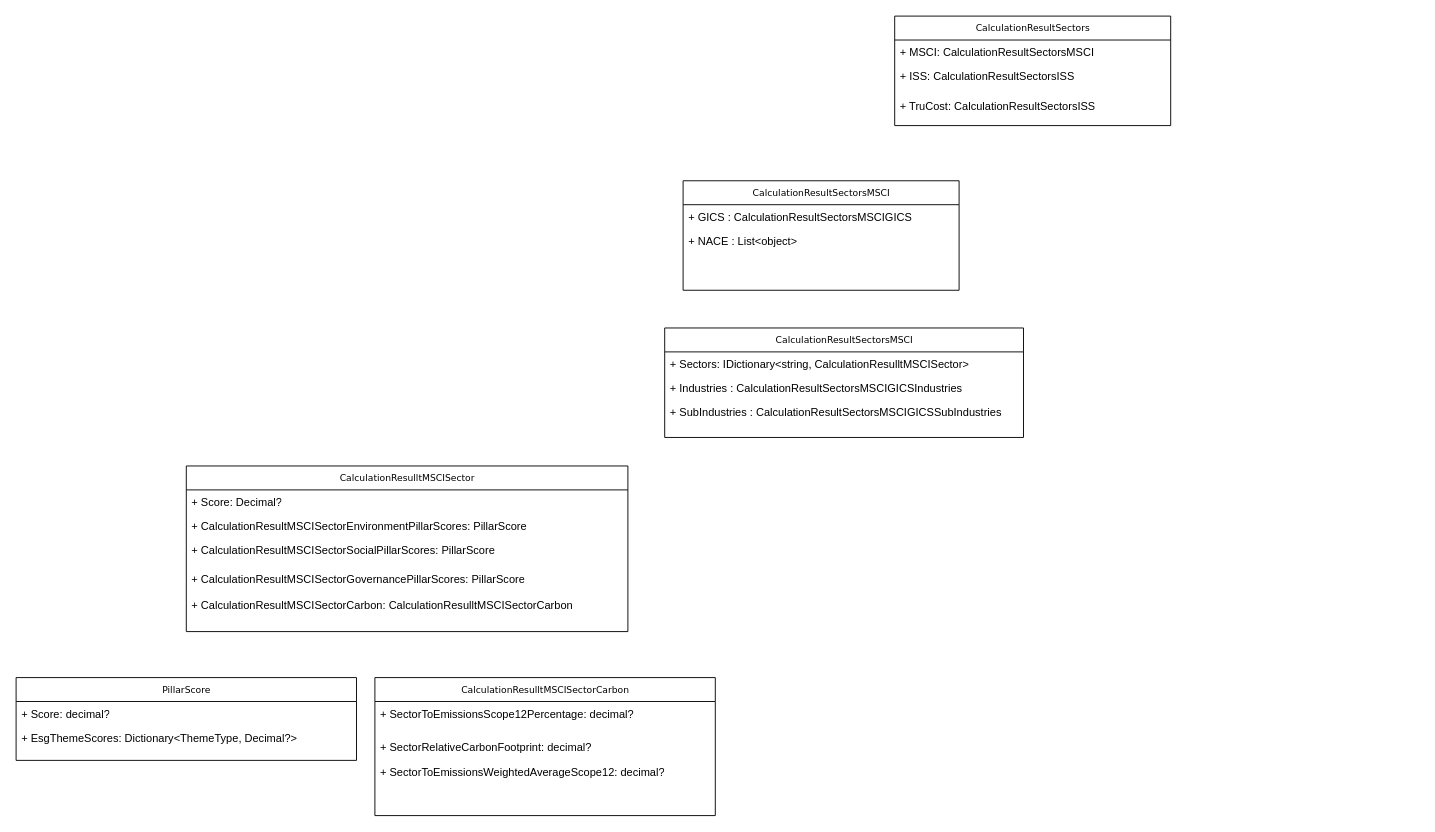
Above: page "CalculationResultSectors" (4 of 4) of Untitled Diagram.drawio in Ajijulhoque/PlusDocDesigns (draw.io), before the change. Source tidied: cells renumbered, new cells numbered last; positions are measured from the earlier drawing's top-left corner, leaving out a move shared by most shapes. Both pictures are drawn from the tidied source at 92%, with x=0, y=0 at pixel (16, 16).
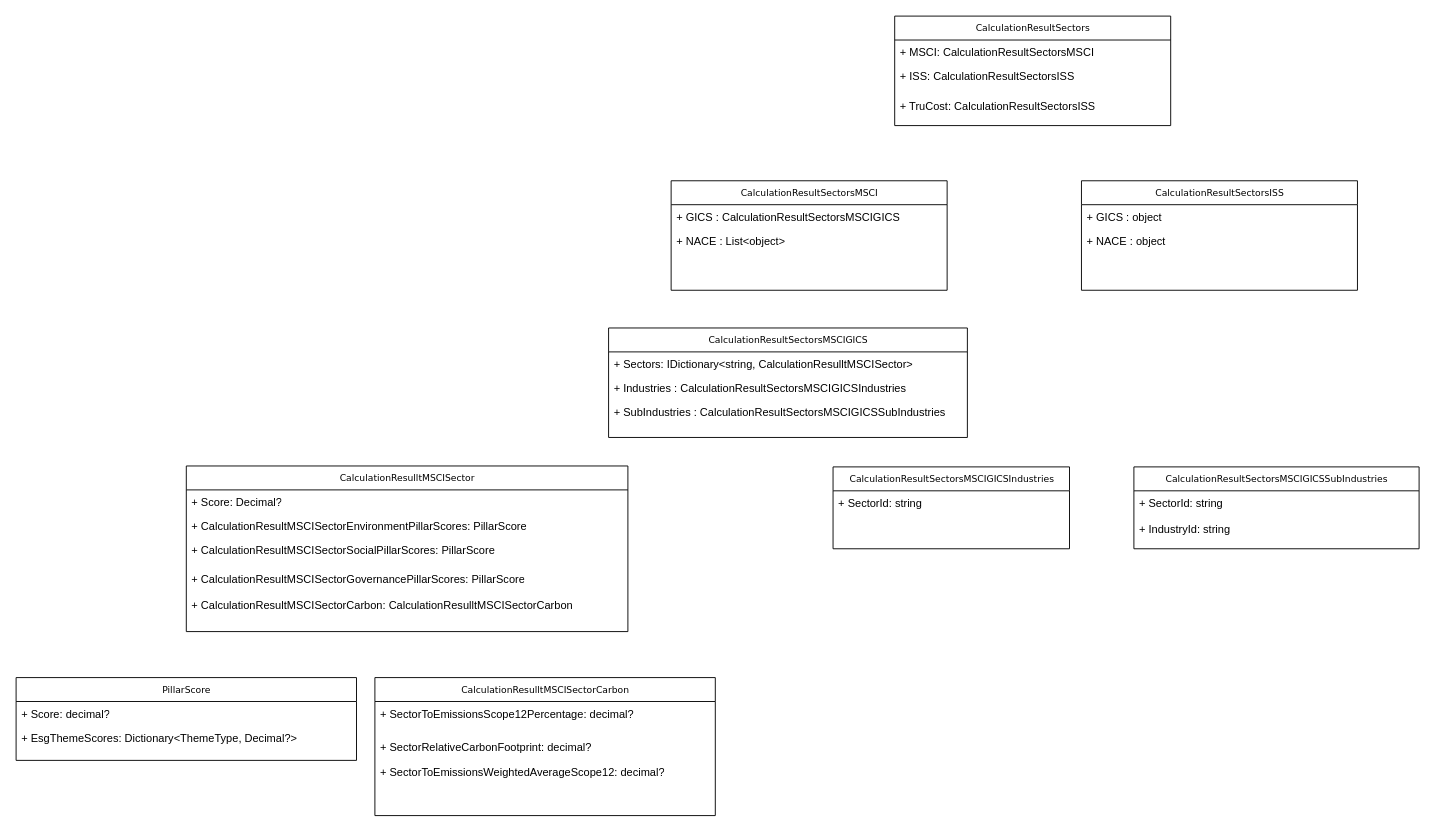
Above is the later version.

Diff of the diagram source:
```diff
@@
     <mxCell id="6" value="CalculationResultSectorsMSCI" style="swimlane;html=1;fontStyle=0;horizontal=1;startSize=26;fillColor=none;swimlaneFillColor=#ffffff;rounded=0;shadow=0;comic=0;labelBackgroundColor=none;strokeWidth=1;fontFamily=Verdana;fontSize=10;align=center;" parent="1" vertex="1">
-      <mxGeometry x="725" y="179" width="300" height="119" as="geometry" />
+      <mxGeometry x="712" y="179" width="300" height="119" as="geometry" />
     </mxCell>
@@
-    <mxCell id="9" value="CalculationResultSectorsMSCI" style="swimlane;html=1;fontStyle=0;horizontal=1;startSize=26;fillColor=none;swimlaneFillColor=#ffffff;rounded=0;shadow=0;comic=0;labelBackgroundColor=none;strokeWidth=1;fontFamily=Verdana;fontSize=10;align=center;" parent="1" vertex="1">
-      <mxGeometry x="705" y="339" width="390" height="119" as="geometry" />
+    <mxCell id="9" value="CalculationResultSectorsMSCIGICS" style="swimlane;html=1;fontStyle=0;horizontal=1;startSize=26;fillColor=none;swimlaneFillColor=#ffffff;rounded=0;shadow=0;comic=0;labelBackgroundColor=none;strokeWidth=1;fontFamily=Verdana;fontSize=10;align=center;" parent="1" vertex="1">
+      <mxGeometry x="644" y="339" width="390" height="119" as="geometry" />
     </mxCell>
@@
+    <mxCell id="26" value="CalculationResultSectorsMSCIGICSIndustries" style="swimlane;html=1;fontStyle=0;horizontal=1;startSize=26;fillColor=none;swimlaneFillColor=#ffffff;rounded=0;shadow=0;comic=0;labelBackgroundColor=none;strokeWidth=1;fontFamily=Verdana;fontSize=10;align=center;" parent="1" vertex="1">
+      <mxGeometry x="888" y="490" width="257" height="89" as="geometry" />
+    </mxCell>
+    <mxCell id="27" value="+ SectorId:&amp;nbsp;string" style="text;html=1;strokeColor=none;fillColor=none;align=left;verticalAlign=top;spacingLeft=4;spacingRight=4;whiteSpace=wrap;overflow=hidden;" parent="26" vertex="1">
+      <mxGeometry y="26" width="257" height="26" as="geometry" />
+    </mxCell>
+    <mxCell id="28" value="CalculationResultSectorsMSCIGICSSubIndustries" style="swimlane;html=1;fontStyle=0;horizontal=1;startSize=26;fillColor=none;swimlaneFillColor=#ffffff;rounded=0;shadow=0;comic=0;labelBackgroundColor=none;strokeWidth=1;fontFamily=Verdana;fontSize=10;align=center;" parent="1" vertex="1">
+      <mxGeometry x="1215" y="490" width="310" height="89" as="geometry" />
+    </mxCell>
+    <mxCell id="29" value="+ SectorId:&amp;nbsp;string" style="text;html=1;strokeColor=none;fillColor=none;align=left;verticalAlign=top;spacingLeft=4;spacingRight=4;whiteSpace=wrap;overflow=hidden;" parent="28" vertex="1">
+      <mxGeometry y="26" width="310" height="26" as="geometry" />
+    </mxCell>
+    <mxCell id="30" value="+ IndustryId:&amp;nbsp;string" style="text;html=1;strokeColor=none;fillColor=none;align=left;verticalAlign=top;spacingLeft=4;spacingRight=4;whiteSpace=wrap;overflow=hidden;" parent="1" vertex="1">
+      <mxGeometry x="1215" y="544" width="310" height="26" as="geometry" />
+    </mxCell>
+    <mxCell id="31" value="CalculationResultSectorsISS" style="swimlane;html=1;fontStyle=0;horizontal=1;startSize=26;fillColor=none;swimlaneFillColor=#ffffff;rounded=0;shadow=0;comic=0;labelBackgroundColor=none;strokeWidth=1;fontFamily=Verdana;fontSize=10;align=center;" parent="1" vertex="1">
+      <mxGeometry x="1158" y="179" width="300" height="119" as="geometry" />
+    </mxCell>
+    <mxCell id="32" value="+ GICS : object" style="text;html=1;strokeColor=none;fillColor=none;align=left;verticalAlign=top;spacingLeft=4;spacingRight=4;whiteSpace=wrap;overflow=hidden;" parent="31" vertex="1">
+      <mxGeometry y="26" width="300" height="26" as="geometry" />
+    </mxCell>
+    <mxCell id="33" value="+ NACE : object" style="text;html=1;strokeColor=none;fillColor=none;align=left;verticalAlign=top;spacingLeft=4;spacingRight=4;whiteSpace=wrap;overflow=hidden;" parent="31" vertex="1">
+      <mxGeometry y="52" width="300" height="26" as="geometry" />
+    </mxCell>
```
